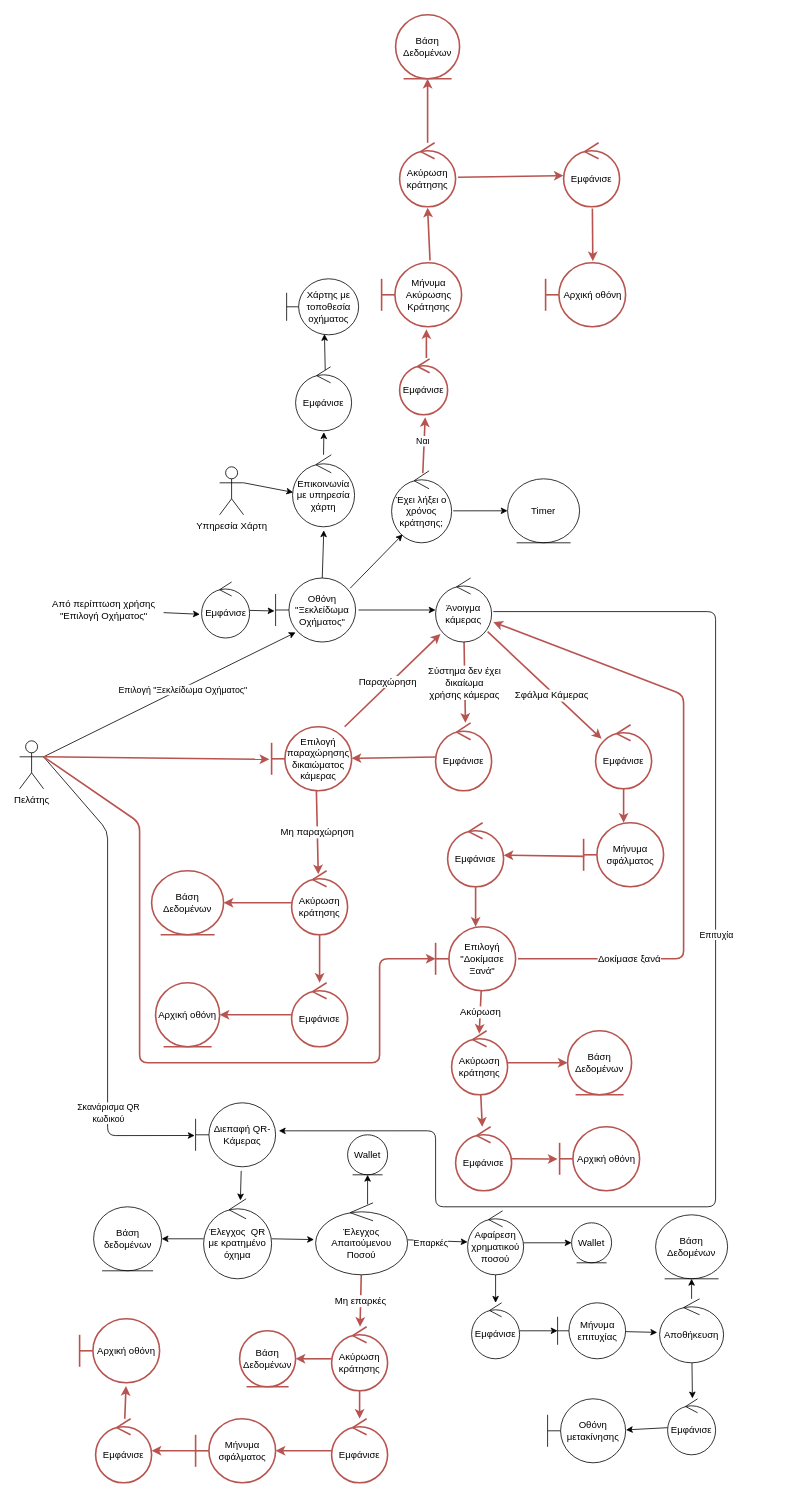
Earlier version of the draw.io diagram Part_2/Robustness/diagrams/02_Ξεκλείδωμα_Οχήματος.drawio (Nikolis2002/texnoligia_logismikou). Source tidied: cells renumbered, new cells numbered last; positions are measured from the earlier drawing's top-left corner, leaving out a move shared by most shapes. Both pictures are drawn from the tidied source at 80%, with x=0, y=0 at pixel (19, 14).
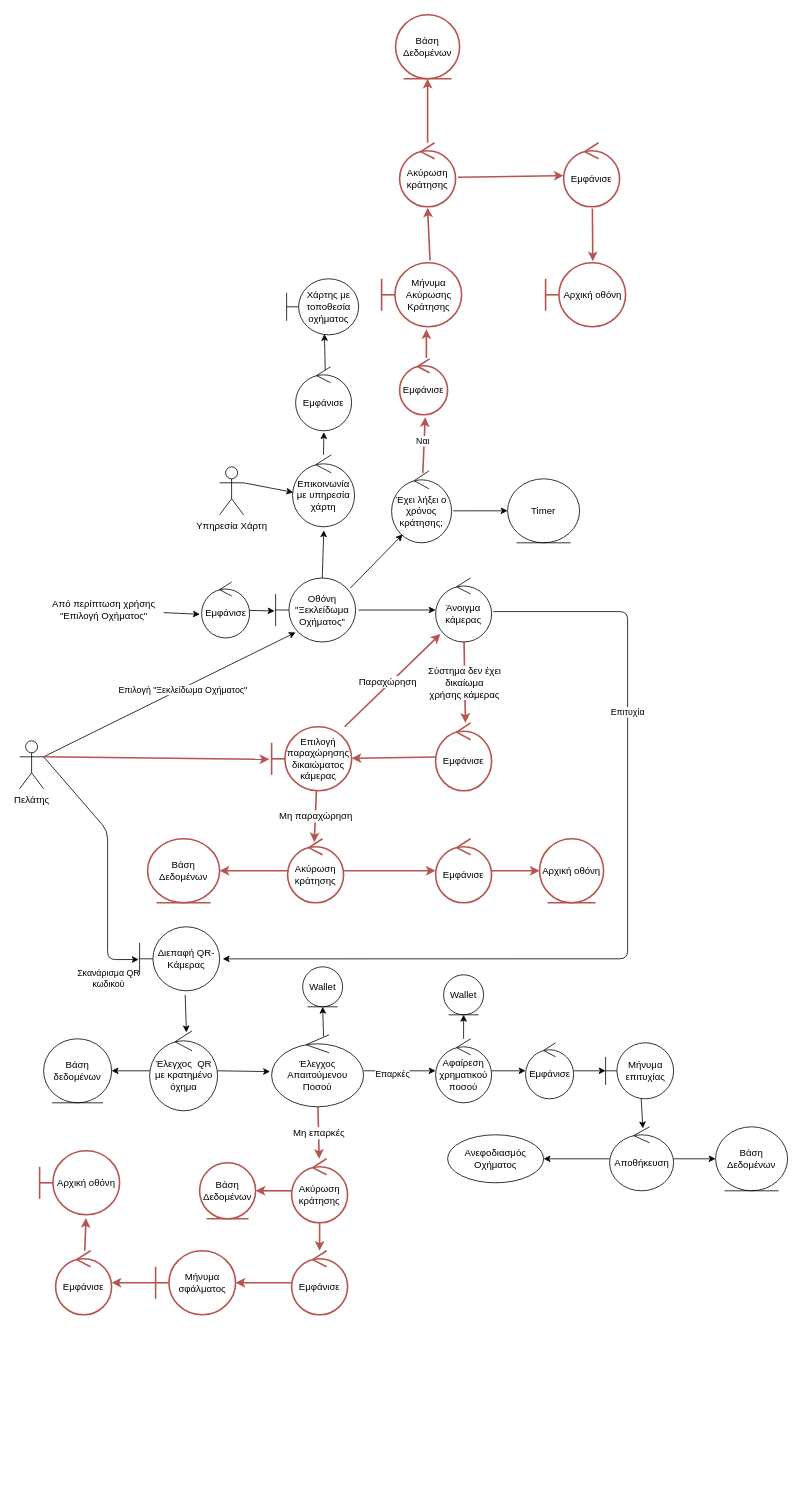
The same page after the edit.

The change refers to these unchanged cells:
```xml
<mxCell id="7" value="Πελάτης" style="shape=umlActor;verticalLabelPosition=bottom;verticalAlign=top;html=1;" parent="1" vertex="1">
  <mxGeometry y="907.5" width="30" height="60" as="geometry" />
</mxCell>
<mxCell id="14" value="Άνοιγμα κάμερας" style="ellipse;shape=umlControl;whiteSpace=wrap;html=1;" parent="1" vertex="1">
  <mxGeometry x="520" y="704" width="70" height="80" as="geometry" />
</mxCell>
```

Diff of the diagram source:
```diff
@@
     <mxCell id="4" style="edgeStyle=none;html=1;exitX=1;exitY=0.3333333333333333;exitDx=0;exitDy=0;exitPerimeter=0;entryX=-0.011;entryY=0.511;entryDx=0;entryDy=0;entryPerimeter=0;" parent="1" edge="1" source="7" target="16">
       <mxGeometry relative="1" as="geometry">
         <Array as="points">
           <mxPoint x="110" y="1020" />
-          <mxPoint x="110" y="1401" />
+          <mxPoint x="110" y="1181" />
         </Array>
       </mxGeometry>
     </mxCell>
@@
-    <mxCell id="10" value="Επιτυχία" style="edgeStyle=none;html=1;exitX=1.029;exitY=0.525;exitDx=0;exitDy=0;exitPerimeter=0;entryX=1.04;entryY=0.438;entryDx=0;entryDy=0;entryPerimeter=0;" parent="1" edge="1" source="14" target="16">
-      <mxGeometry x="-0.18" y="1" relative="1" as="geometry">
+    <mxCell id="10" value="Επιτυχία" style="edgeStyle=none;html=1;exitX=1.029;exitY=0.525;exitDx=0;exitDy=0;exitPerimeter=0;entryX=1.039;entryY=0.501;entryDx=0;entryDy=0;entryPerimeter=0;" parent="1" edge="1" source="14" target="16">
+      <mxGeometry x="-0.47" relative="1" as="geometry">
         <Array as="points">
-          <mxPoint x="870" y="746" />
-          <mxPoint x="870" y="1490" />
-          <mxPoint x="520" y="1490" />
-          <mxPoint x="520" y="1395" />
+          <mxPoint x="760" y="746" />
+          <mxPoint x="760" y="1180" />
         </Array>
       </mxGeometry>
     </mxCell>
@@
-    <mxCell id="12" style="edgeStyle=none;html=1;fontSize=12;fillColor=none;strokeColor=#b85450;strokeWidth=2;entryX=0.107;entryY=0.219;entryDx=0;entryDy=0;entryPerimeter=0;exitX=0.929;exitY=0.838;exitDx=0;exitDy=0;exitPerimeter=0;" parent="1" edge="1" source="14" target="55">
-      <mxGeometry relative="1" as="geometry" />
-    </mxCell>
-    <mxCell id="13" value="Σφάλμα Κάμερας" style="edgeLabel;html=1;align=center;verticalAlign=middle;fontSize=12;strokeColor=#b85450;strokeWidth=2;" parent="12" vertex="1">
-      <mxGeometry x="-0.3" y="-1" relative="1" as="geometry">
-        <mxPoint x="31" y="32" as="offset" />
-      </mxGeometry>
-    </mxCell>
@@
     <mxCell id="16" value="Διεπαφή QR-Κάμερας" style="shape=umlBoundary;whiteSpace=wrap;html=1;" parent="1" vertex="1">
-      <mxGeometry x="220" y="1360" width="100" height="80" as="geometry" />
+      <mxGeometry x="150" y="1140" width="100" height="80" as="geometry" />
     </mxCell>
@@
     <mxCell id="21" value="Έλεγχος Απαιτούμενου Ποσού" style="ellipse;shape=umlControl;whiteSpace=wrap;html=1;" parent="1" vertex="1">
-      <mxGeometry x="370" y="1485" width="115" height="90" as="geometry" />
+      <mxGeometry x="315" y="1275" width="115" height="90" as="geometry" />
     </mxCell>
@@
     <mxCell id="24" value="Αφαίρεση χρηματικού ποσού" style="ellipse;shape=umlControl;whiteSpace=wrap;html=1;" parent="1" vertex="1">
-      <mxGeometry x="560" y="1495" width="70" height="80" as="geometry" />
+      <mxGeometry x="520" y="1280" width="70" height="80" as="geometry" />
     </mxCell>
     <mxCell id="25" value="Wallet" style="ellipse;shape=umlEntity;whiteSpace=wrap;html=1;" parent="1" vertex="1">
-      <mxGeometry x="690" y="1510" width="50" height="50" as="geometry" />
+      <mxGeometry x="530" y="1200" width="50" height="50" as="geometry" />
     </mxCell>
@@
     <mxCell id="27" value="Εμφάνισε" style="ellipse;shape=umlControl;whiteSpace=wrap;html=1;" parent="1" vertex="1">
-      <mxGeometry x="565" y="1610" width="60" height="70" as="geometry" />
+      <mxGeometry x="632.5" y="1285" width="60" height="70" as="geometry" />
     </mxCell>
-    <mxCell id="28" style="edgeStyle=none;html=1;entryX=0.5;entryY=1;entryDx=0;entryDy=0;" parent="1" edge="1" source="30" target="32">
+    <mxCell id="28" style="edgeStyle=none;html=1;entryX=0;entryY=0.5;entryDx=0;entryDy=0;" parent="1" edge="1" source="30" target="32">
       <mxGeometry relative="1" as="geometry" />
     </mxCell>
-    <mxCell id="29" style="edgeStyle=none;html=1;entryX=0.517;entryY=-0.006;entryDx=0;entryDy=0;entryPerimeter=0;" parent="1" edge="1" source="30" target="112">
+    <mxCell id="29" style="edgeStyle=none;html=1;entryX=1;entryY=0.5;entryDx=0;entryDy=0;" parent="1" edge="1" source="30" target="114">
       <mxGeometry relative="1" as="geometry" />
     </mxCell>
     <mxCell id="30" value="Αποθήκευση" style="ellipse;shape=umlControl;whiteSpace=wrap;html=1;" parent="1" vertex="1">
-      <mxGeometry x="800" y="1605" width="80" height="80" as="geometry" />
+      <mxGeometry x="737.5" y="1390" width="80" height="80" as="geometry" />
     </mxCell>
     <mxCell id="31" value="Wallet" style="ellipse;shape=umlEntity;whiteSpace=wrap;html=1;" parent="1" vertex="1">
-      <mxGeometry x="410" y="1400" width="50" height="50" as="geometry" />
+      <mxGeometry x="353.8" y="1190" width="50" height="50" as="geometry" />
     </mxCell>
     <mxCell id="32" value="Βάση Δεδομένων" style="ellipse;shape=umlEntity;whiteSpace=wrap;html=1;" parent="1" vertex="1">
-      <mxGeometry x="795" y="1500" width="90" height="80" as="geometry" />
+      <mxGeometry x="870" y="1390" width="90" height="80" as="geometry" />
     </mxCell>
@@
     <mxCell id="40" value="Ακύρωση κράτησης" style="ellipse;shape=umlControl;whiteSpace=wrap;html=1;fillColor=none;strokeColor=#b85450;strokeWidth=2;" parent="1" vertex="1">
-      <mxGeometry x="340" y="1070" width="70" height="80" as="geometry" />
+      <mxGeometry x="335" y="1030" width="70" height="80" as="geometry" />
     </mxCell>
     <mxCell id="41" value="Βάση Δεδομένων" style="ellipse;shape=umlEntity;whiteSpace=wrap;html=1;fillColor=none;strokeColor=#b85450;strokeWidth=2;" parent="1" vertex="1">
-      <mxGeometry x="165" y="1070" width="90" height="80" as="geometry" />
+      <mxGeometry x="160" y="1030" width="90" height="80" as="geometry" />
     </mxCell>
@@
     <mxCell id="43" value="Εμφάνισε" style="ellipse;shape=umlControl;whiteSpace=wrap;html=1;fillColor=none;strokeColor=#b85450;strokeWidth=2;" parent="1" vertex="1">
-      <mxGeometry x="340" y="1210" width="70" height="80" as="geometry" />
+      <mxGeometry x="520" y="1030" width="70" height="80" as="geometry" />
     </mxCell>
@@
     <mxCell id="46" value="Ακύρωση κράτησης" style="ellipse;shape=umlControl;whiteSpace=wrap;html=1;fillColor=none;strokeColor=#b85450;strokeWidth=2;" parent="1" vertex="1">
-      <mxGeometry x="390" y="1640" width="70" height="80" as="geometry" />
+      <mxGeometry x="340" y="1430" width="70" height="80" as="geometry" />
     </mxCell>
     <mxCell id="47" value="Βάση Δεδομένων" style="ellipse;shape=umlEntity;whiteSpace=wrap;html=1;fillColor=none;strokeColor=#b85450;strokeWidth=2;" parent="1" vertex="1">
-      <mxGeometry x="275" y="1645" width="70" height="70" as="geometry" />
+      <mxGeometry x="225" y="1435" width="70" height="70" as="geometry" />
     </mxCell>
@@
     <mxCell id="49" value="Εμφάνισε" style="ellipse;shape=umlControl;whiteSpace=wrap;html=1;fillColor=none;strokeColor=#b85450;strokeWidth=2;" parent="1" vertex="1">
-      <mxGeometry x="390" y="1755" width="70" height="80" as="geometry" />
+      <mxGeometry x="340" y="1545" width="70" height="80" as="geometry" />
     </mxCell>
@@
-    <mxCell id="54" style="edgeStyle=none;html=1;endArrow=classic;endFill=1;fontSize=12;fillColor=none;strokeColor=#b85450;strokeWidth=2;" parent="1" edge="1" source="55" target="57">
-      <mxGeometry relative="1" as="geometry" />
-    </mxCell>
-    <mxCell id="55" value="Εμφάνισε" style="ellipse;shape=umlControl;whiteSpace=wrap;html=1;fillColor=none;strokeColor=#b85450;strokeWidth=2;" parent="1" vertex="1">
-      <mxGeometry x="720" y="887.5" width="70" height="80" as="geometry" />
-    </mxCell>
-    <mxCell id="56" style="edgeStyle=none;html=1;endArrow=classic;endFill=1;fontSize=12;fillColor=none;strokeColor=#b85450;strokeWidth=2;exitX=0.01;exitY=0.525;exitDx=0;exitDy=0;exitPerimeter=0;" parent="1" edge="1" source="57" target="59">
-      <mxGeometry relative="1" as="geometry" />
-    </mxCell>
-    <mxCell id="57" value="Μήνυμα σφάλματος" style="shape=umlBoundary;whiteSpace=wrap;html=1;fillColor=none;strokeColor=#b85450;strokeWidth=2;" parent="1" vertex="1">
-      <mxGeometry x="705" y="1010" width="100" height="80" as="geometry" />
-    </mxCell>
-    <mxCell id="58" style="edgeStyle=none;html=1;endArrow=classic;endFill=1;fontSize=12;fillColor=none;strokeColor=#b85450;strokeWidth=2;" parent="1" edge="1" source="59" target="62">
-      <mxGeometry relative="1" as="geometry" />
-    </mxCell>
-    <mxCell id="59" value="Εμφάνισε" style="ellipse;shape=umlControl;whiteSpace=wrap;html=1;fillColor=none;strokeColor=#b85450;strokeWidth=2;" parent="1" vertex="1">
-      <mxGeometry x="535" y="1010" width="70" height="80" as="geometry" />
-    </mxCell>
-    <mxCell id="60" value="Δοκίμασε ξανά" style="edgeStyle=none;html=1;endArrow=classic;endFill=1;fontSize=12;fillColor=none;strokeColor=#b85450;strokeWidth=2;exitX=1.03;exitY=0.5;exitDx=0;exitDy=0;exitPerimeter=0;entryX=1.029;entryY=0.688;entryDx=0;entryDy=0;entryPerimeter=0;" parent="1" edge="1" source="62" target="14">
-      <mxGeometry x="-0.65" relative="1" as="geometry">
-        <Array as="points">
-          <mxPoint x="830" y="1180" />
-          <mxPoint x="830" y="850" />
-        </Array>
-      </mxGeometry>
-    </mxCell>
-    <mxCell id="61" value="Ακύρωση" style="edgeStyle=none;html=1;endArrow=classic;endFill=1;fontSize=12;fillColor=none;strokeColor=#b85450;strokeWidth=2;entryX=0.493;entryY=0.046;entryDx=0;entryDy=0;entryPerimeter=0;exitX=0.57;exitY=1;exitDx=0;exitDy=0;exitPerimeter=0;" parent="1" edge="1" source="62" target="65">
-      <mxGeometry relative="1" as="geometry" />
-    </mxCell>
-    <mxCell id="62" value="Επιλογή &quot;Δοκίμασε Ξανά&quot;" style="shape=umlBoundary;whiteSpace=wrap;html=1;fillColor=none;strokeColor=#b85450;strokeWidth=2;" parent="1" vertex="1">
-      <mxGeometry x="520" y="1140" width="100" height="80" as="geometry" />
-    </mxCell>
-    <mxCell id="63" style="edgeStyle=none;html=1;endArrow=classic;endFill=1;fontSize=12;fillColor=none;strokeColor=#b85450;strokeWidth=2;" parent="1" edge="1" source="65" target="67">
-      <mxGeometry relative="1" as="geometry" />
-    </mxCell>
-    <mxCell id="64" style="edgeStyle=none;html=1;endArrow=classic;endFill=1;fontSize=12;fillColor=none;strokeColor=#b85450;strokeWidth=2;" parent="1" edge="1" source="65" target="68">
-      <mxGeometry relative="1" as="geometry" />
-    </mxCell>
-    <mxCell id="65" value="Ακύρωση κράτησης" style="ellipse;shape=umlControl;whiteSpace=wrap;html=1;fillColor=none;strokeColor=#b85450;strokeWidth=2;" parent="1" vertex="1">
-      <mxGeometry x="540" y="1270" width="70" height="80" as="geometry" />
-    </mxCell>
-    <mxCell id="66" style="edgeStyle=none;html=1;endArrow=classic;endFill=1;entryX=-0.026;entryY=0.505;entryDx=0;entryDy=0;entryPerimeter=0;fontSize=12;fillColor=none;strokeColor=#b85450;strokeWidth=2;" parent="1" edge="1" source="67" target="70">
-      <mxGeometry relative="1" as="geometry" />
-    </mxCell>
-    <mxCell id="67" value="Εμφάνισε" style="ellipse;shape=umlControl;whiteSpace=wrap;html=1;fillColor=none;strokeColor=#b85450;strokeWidth=2;" parent="1" vertex="1">
-      <mxGeometry x="545" y="1390" width="70" height="80" as="geometry" />
-    </mxCell>
-    <mxCell id="68" value="Βάση Δεδομένων" style="ellipse;shape=umlEntity;whiteSpace=wrap;html=1;fillColor=none;strokeColor=#b85450;strokeWidth=2;" parent="1" vertex="1">
-      <mxGeometry x="685" y="1270" width="80" height="80" as="geometry" />
-    </mxCell>
     <mxCell id="69" value="Αρχική οθόνη" style="ellipse;shape=umlEntity;whiteSpace=wrap;html=1;fillColor=none;strokeColor=#b85450;strokeWidth=2;" parent="1" vertex="1">
-      <mxGeometry x="170" y="1210" width="80" height="80" as="geometry" />
+      <mxGeometry x="650" y="1030" width="80" height="80" as="geometry" />
     </mxCell>
-    <mxCell id="70" value="Αρχική οθόνη" style="shape=umlBoundary;whiteSpace=wrap;html=1;fillColor=none;strokeColor=#b85450;strokeWidth=2;" parent="1" vertex="1">
-      <mxGeometry x="675" y="1390" width="100" height="80" as="geometry" />
-    </mxCell>
@@
     <mxCell id="72" value="Μήνυμα σφάλματος" style="shape=umlBoundary;whiteSpace=wrap;html=1;fillColor=none;strokeColor=#b85450;strokeWidth=2;" parent="1" vertex="1">
-      <mxGeometry x="220" y="1755" width="100" height="80" as="geometry" />
+      <mxGeometry x="170" y="1545" width="100" height="80" as="geometry" />
     </mxCell>
@@
     <mxCell id="74" value="Εμφάνισε" style="ellipse;shape=umlControl;whiteSpace=wrap;html=1;fillColor=none;strokeColor=#b85450;strokeWidth=2;" parent="1" vertex="1">
-      <mxGeometry x="95" y="1755" width="70" height="80" as="geometry" />
+      <mxGeometry x="45" y="1545" width="70" height="80" as="geometry" />
     </mxCell>
     <mxCell id="75" value="Αρχική οθόνη" style="shape=umlBoundary;whiteSpace=wrap;html=1;fillColor=none;strokeColor=#b85450;strokeWidth=2;" parent="1" vertex="1">
-      <mxGeometry x="75" y="1630" width="100" height="80" as="geometry" />
+      <mxGeometry x="25" y="1420" width="100" height="80" as="geometry" />
     </mxCell>
-    <mxCell id="76" style="edgeStyle=none;html=1;endArrow=classic;endFill=1;entryX=-0.037;entryY=0.525;entryDx=0;entryDy=0;entryPerimeter=0;" parent="1" edge="1" source="77" target="30">
+    <mxCell id="76" style="edgeStyle=none;html=1;endArrow=classic;endFill=1;entryX=0.52;entryY=0.024;entryDx=0;entryDy=0;entryPerimeter=0;" parent="1" edge="1" source="77" target="30">
       <mxGeometry relative="1" as="geometry" />
     </mxCell>
     <mxCell id="77" value="Μήνυμα επιτυχίας" style="shape=umlBoundary;whiteSpace=wrap;html=1;" parent="1" vertex="1">
-      <mxGeometry x="672.5" y="1610" width="85" height="70" as="geometry" />
+      <mxGeometry x="732.5" y="1285" width="85" height="70" as="geometry" />
     </mxCell>
-    <mxCell id="78" style="edgeStyle=none;html=1;entryX=0;entryY=0.5;entryDx=0;entryDy=0;entryPerimeter=0;fontSize=12;fillColor=none;strokeColor=#b85450;strokeWidth=2;exitX=1;exitY=0.3333333333333333;exitDx=0;exitDy=0;exitPerimeter=0;" parent="1" edge="1" source="7" target="62">
-      <mxGeometry relative="1" as="geometry">
-        <Array as="points">
-          <mxPoint x="150" y="1010" />
-          <mxPoint x="150" y="1310" />
-          <mxPoint x="450" y="1310" />
-          <mxPoint x="450" y="1180" />
-        </Array>
-      </mxGeometry>
-    </mxCell>
@@
     <mxCell id="107" value="Έλεγχος&amp;nbsp; QR με κρατημένο όχημα" style="ellipse;shape=umlControl;whiteSpace=wrap;html=1;" parent="1" vertex="1">
-      <mxGeometry x="230" y="1480" width="85" height="100" as="geometry" />
+      <mxGeometry x="162.5" y="1270" width="85" height="100" as="geometry" />
     </mxCell>
     <mxCell id="108" value="Βάση δεδομένων" style="ellipse;shape=umlEntity;whiteSpace=wrap;html=1;" parent="1" vertex="1">
-      <mxGeometry x="92.5" y="1490" width="85" height="80" as="geometry" />
+      <mxGeometry x="30" y="1280" width="85" height="80" as="geometry" />
     </mxCell>
@@
-    <mxCell id="111" style="edgeStyle=none;html=1;entryX=1.004;entryY=0.486;entryDx=0;entryDy=0;entryPerimeter=0;" parent="1" edge="1" source="112" target="113">
-      <mxGeometry relative="1" as="geometry" />
-    </mxCell>
-    <mxCell id="112" value="Εμφάνισε" style="ellipse;shape=umlControl;whiteSpace=wrap;html=1;" parent="1" vertex="1">
-      <mxGeometry x="810" y="1730" width="60" height="70" as="geometry" />
-    </mxCell>
-    <mxCell id="113" value="Οθόνη μετακίνησης" style="shape=umlBoundary;whiteSpace=wrap;html=1;" parent="1" vertex="1">
-      <mxGeometry x="660" y="1730" width="97.5" height="80" as="geometry" />
-    </mxCell>
+    <mxCell id="114" value="Ανεφοδιασμός Οχήματος" style="ellipse;whiteSpace=wrap;html=1;" parent="1" vertex="1">
+      <mxGeometry x="535" y="1400" width="120" height="60" as="geometry" />
+    </mxCell>
```
